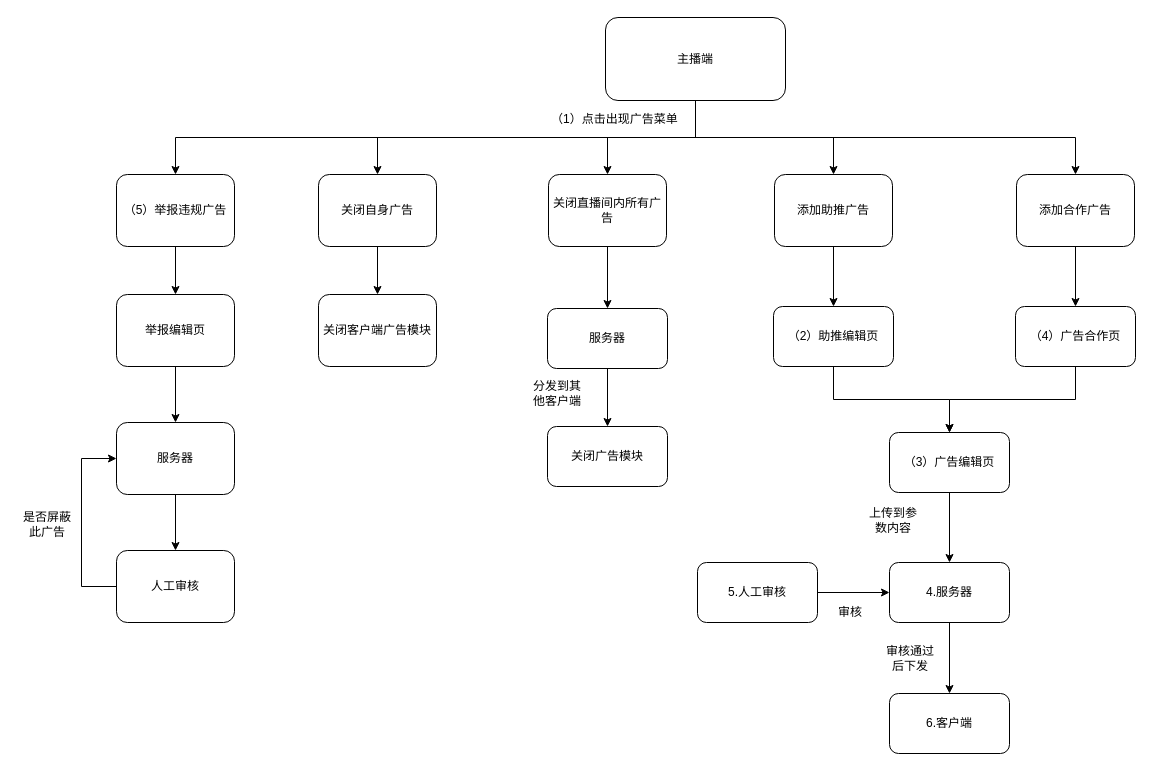
cangwang/news keeps this draw.io diagram as page "Page-7" (7 of 11) of 第三方广告.drawio. Above is the earlier version. Source tidied: cells renumbered, new cells numbered last; positions are measured from the earlier drawing's top-left corner, leaving out a move shared by most shapes. Both pictures are drawn from the tidied source at 100%, with x=0, y=0 at pixel (17, 17).
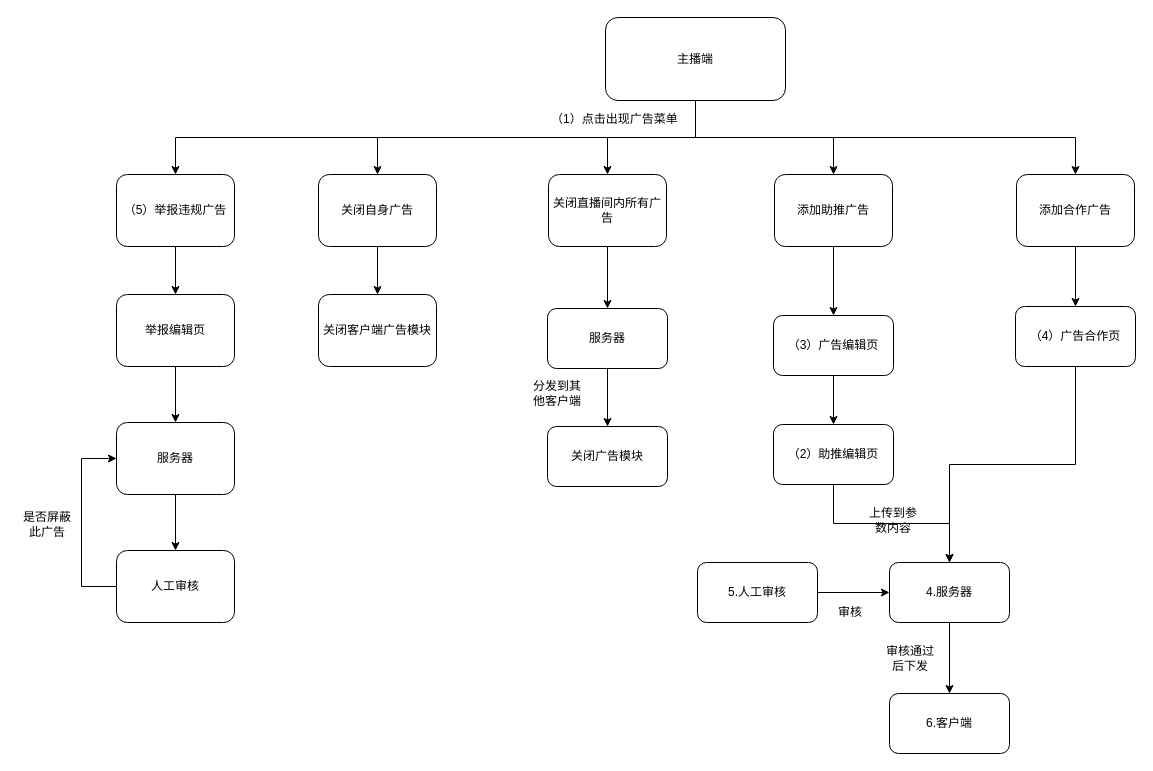
After the change.

Unchanged cells that the change refers to:
```xml
<mxCell id="13" value="添加助推广告" style="rounded=1;whiteSpace=wrap;html=1;" parent="1" vertex="1">
  <mxGeometry x="757" y="157" width="118" height="72" as="geometry" />
</mxCell>
<mxCell id="27" value="4.服务器" style="rounded=1;whiteSpace=wrap;html=1;" parent="1" vertex="1">
  <mxGeometry x="872" y="545" width="120" height="60" as="geometry" />
</mxCell>
<mxCell id="32" value="（4）广告合作页" style="rounded=1;whiteSpace=wrap;html=1;" parent="1" vertex="1">
  <mxGeometry x="998" y="289" width="120" height="60" as="geometry" />
</mxCell>
```

The edit, as a diff of the source:
```diff
@@
-    <mxCell id="12" style="edgeStyle=orthogonalEdgeStyle;rounded=0;jettySize=auto;html=1;exitX=0.5;exitY=1;exitDx=0;exitDy=0;" parent="1" edge="1" source="13" target="23">
-      <mxGeometry relative="1" as="geometry" />
-    </mxCell>
+    <mxCell id="45" style="edgeStyle=orthogonalEdgeStyle;rounded=0;jettySize=auto;html=1;exitX=0.5;exitY=1;exitDx=0;exitDy=0;" parent="1" edge="1" source="13" target="25">
+      <mxGeometry relative="1" as="geometry" />
+    </mxCell>
@@
-    <mxCell id="22" style="edgeStyle=orthogonalEdgeStyle;rounded=0;jettySize=auto;html=1;exitX=0.5;exitY=1;exitDx=0;exitDy=0;" parent="1" edge="1" source="23" target="25">
-      <mxGeometry relative="1" as="geometry" />
-    </mxCell>
+    <mxCell id="46" style="edgeStyle=orthogonalEdgeStyle;rounded=0;jettySize=auto;html=1;exitX=0.5;exitY=1;exitDx=0;exitDy=0;" parent="1" edge="1" source="23" target="27">
+      <mxGeometry relative="1" as="geometry" />
+    </mxCell>
     <mxCell id="23" value="（2）助推编辑页" style="rounded=1;whiteSpace=wrap;html=1;" parent="1" vertex="1">
-      <mxGeometry x="756" y="289" width="120" height="60" as="geometry" />
+      <mxGeometry x="756" y="407" width="120" height="60" as="geometry" />
     </mxCell>
-    <mxCell id="24" style="edgeStyle=orthogonalEdgeStyle;rounded=0;jettySize=auto;html=1;exitX=0.5;exitY=1;exitDx=0;exitDy=0;" parent="1" edge="1" source="25" target="27">
-      <mxGeometry relative="1" as="geometry" />
-    </mxCell>
+    <mxCell id="47" style="edgeStyle=orthogonalEdgeStyle;rounded=0;jettySize=auto;html=1;exitX=0.5;exitY=1;exitDx=0;exitDy=0;" parent="1" edge="1" source="25" target="23">
+      <mxGeometry relative="1" as="geometry" />
+    </mxCell>
     <mxCell id="25" value="（3）广告编辑页" style="rounded=1;whiteSpace=wrap;html=1;" parent="1" vertex="1">
-      <mxGeometry x="872" y="415" width="120" height="60" as="geometry" />
+      <mxGeometry x="756" y="298" width="120" height="60" as="geometry" />
     </mxCell>
@@
-    <mxCell id="31" style="edgeStyle=orthogonalEdgeStyle;rounded=0;jettySize=auto;html=1;exitX=0.5;exitY=1;exitDx=0;exitDy=0;entryX=0.5;entryY=0;entryDx=0;entryDy=0;" parent="1" edge="1" source="32" target="25">
-      <mxGeometry relative="1" as="geometry" />
-    </mxCell>
+    <mxCell id="48" style="edgeStyle=orthogonalEdgeStyle;rounded=0;jettySize=auto;html=1;exitX=0.5;exitY=1;exitDx=0;exitDy=0;" parent="1" edge="1" source="32" target="27">
+      <mxGeometry relative="1" as="geometry" />
+    </mxCell>
```
